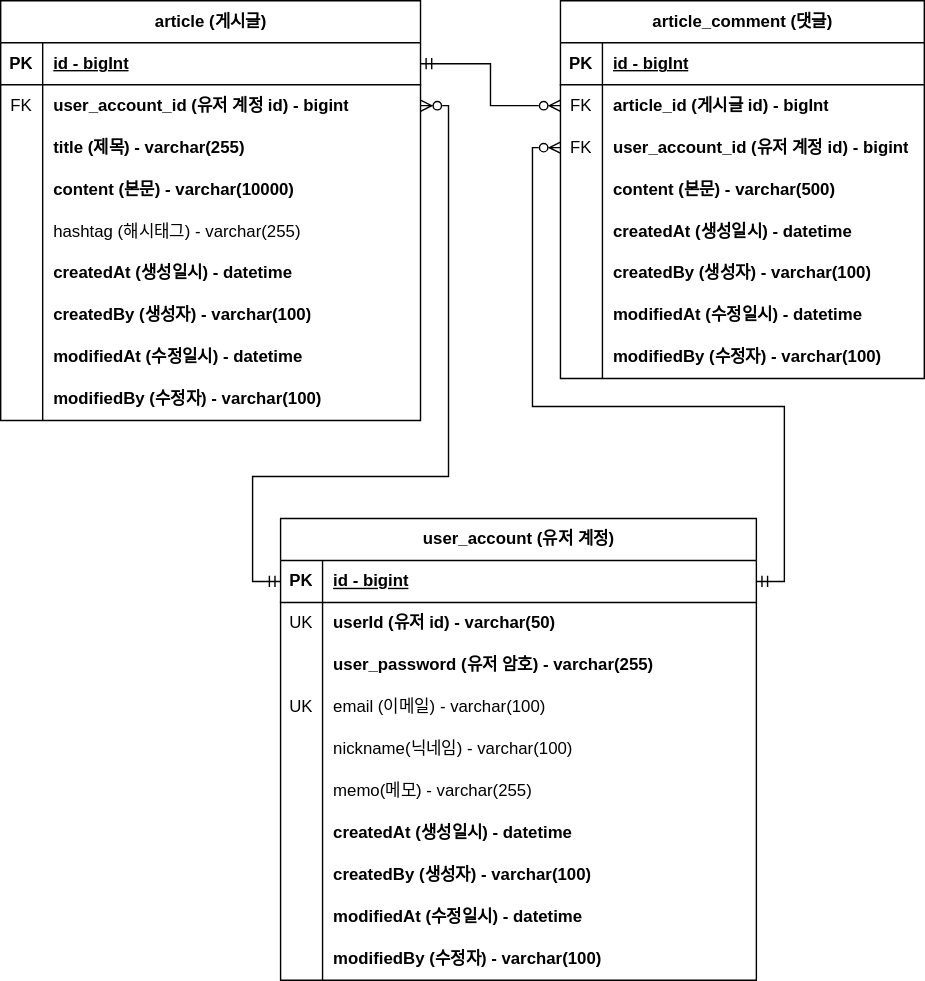
YooHyeok/fc-board keeps this draw.io diagram as document/project-board-erd.svg. Above is the earlier version. Source tidied: cells renumbered, new cells last; positions are measured from the earlier drawing's top-left corner, leaving out a move shared by most shapes.
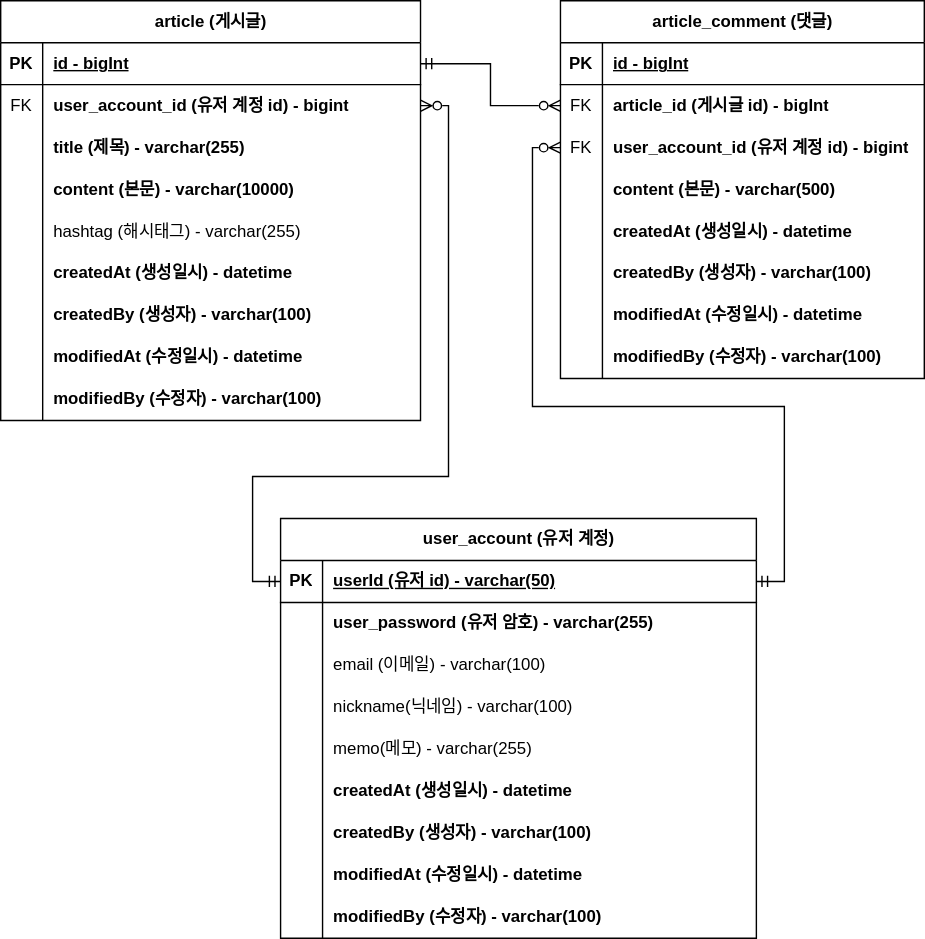
Later version of the same file.

Commit message:
#42 - ERD 문서 수정: 회원 계정 user_id 를 PK 로 변경

The edit, as a diff of the source:
```diff
@@ -165,7 +165,7 @@
       <mxGeometry relative="1" as="geometry" />
     </mxCell>
     <mxCell id="56" value="user_account (유저 계정)" style="shape=table;startSize=30;rowLines=0;fontStyle=1;align=center;html=1;" parent="1" vertex="1">
-      <mxGeometry x="200" y="370" width="340" height="330" as="geometry" />
+      <mxGeometry x="200" y="370" width="340" height="300" as="geometry" />
     </mxCell>
     <mxCell id="57" style="shape=tableRow;horizontal=0;startSize=0;swimlaneHead=0;swimlaneBody=0;fillColor=none;points=[[0,0.5],[1,0.5]];portConstraint=eastwest;top=0;left=0;right=0;bottom=1;" parent="56" vertex="1">
       <mxGeometry y="30" width="340" height="30" as="geometry" />
@@ -173,20 +173,11 @@
     <mxCell id="58" value="PK" style="shape=partialRectangle;fillColor=none;top=0;left=0;bottom=0;right=0;fontStyle=1;overflow=hidden;whiteSpace=wrap;html=1;" parent="57" vertex="1">
       <mxGeometry width="30" height="30" as="geometry" />
     </mxCell>
-    <mxCell id="59" value="id - bigint" style="shape=partialRectangle;fillColor=none;top=0;left=0;bottom=0;right=0;align=left;spacingLeft=6;fontStyle=5;overflow=hidden;whiteSpace=wrap;html=1;" parent="57" vertex="1">
+    <mxCell id="59" value="userId (유저 id) - varchar(50)" style="shape=partialRectangle;fillColor=none;top=0;left=0;bottom=0;right=0;align=left;spacingLeft=6;fontStyle=5;overflow=hidden;whiteSpace=wrap;html=1;" parent="57" vertex="1">
       <mxGeometry x="30" width="310" height="30" as="geometry" />
     </mxCell>
-    <mxCell id="60" style="shape=tableRow;horizontal=0;startSize=0;swimlaneHead=0;swimlaneBody=0;fillColor=none;top=0;left=0;right=0;bottom=0;" parent="56" vertex="1">
-      <mxGeometry y="60" width="340" height="30" as="geometry" />
-    </mxCell>
-    <mxCell id="61" value="UK" style="shape=partialRectangle;fillColor=none;top=0;left=0;bottom=0;right=0;overflow=hidden;whiteSpace=wrap;html=1;" parent="60" vertex="1">
-      <mxGeometry width="30" height="30" as="geometry" />
-    </mxCell>
-    <mxCell id="62" value="userId (유저 id) - varchar(50)" style="shape=partialRectangle;fillColor=none;top=0;left=0;bottom=0;right=0;align=left;spacingLeft=6;overflow=hidden;whiteSpace=wrap;html=1;fontStyle=1;" parent="60" vertex="1">
-      <mxGeometry x="30" width="310" height="30" as="geometry" />
-    </mxCell>
     <mxCell id="63" style="shape=tableRow;horizontal=0;startSize=0;swimlaneHead=0;swimlaneBody=0;fillColor=none;top=0;left=0;right=0;bottom=0;" parent="56" vertex="1">
-      <mxGeometry y="90" width="340" height="30" as="geometry" />
+      <mxGeometry y="60" width="340" height="30" as="geometry" />
     </mxCell>
     <mxCell id="64" style="shape=partialRectangle;fillColor=none;top=0;left=0;bottom=0;right=0;overflow=hidden;whiteSpace=wrap;html=1;" parent="63" vertex="1">
       <mxGeometry width="30" height="30" as="geometry" />
@@ -195,16 +186,16 @@
       <mxGeometry x="30" width="310" height="30" as="geometry" />
     </mxCell>
     <mxCell id="66" style="shape=tableRow;horizontal=0;startSize=0;swimlaneHead=0;swimlaneBody=0;fillColor=none;top=0;left=0;right=0;bottom=0;" parent="56" vertex="1">
-      <mxGeometry y="120" width="340" height="30" as="geometry" />
+      <mxGeometry y="90" width="340" height="30" as="geometry" />
     </mxCell>
-    <mxCell id="67" value="UK" style="shape=partialRectangle;fillColor=none;top=0;left=0;bottom=0;right=0;overflow=hidden;whiteSpace=wrap;html=1;" parent="66" vertex="1">
+    <mxCell id="67" style="shape=partialRectangle;fillColor=none;top=0;left=0;bottom=0;right=0;overflow=hidden;whiteSpace=wrap;html=1;" parent="66" vertex="1">
       <mxGeometry width="30" height="30" as="geometry" />
     </mxCell>
     <mxCell id="68" value="email (이메일) - varchar(100)" style="shape=partialRectangle;fillColor=none;top=0;left=0;bottom=0;right=0;align=left;spacingLeft=6;overflow=hidden;whiteSpace=wrap;html=1;" parent="66" vertex="1">
       <mxGeometry x="30" width="310" height="30" as="geometry" />
     </mxCell>
     <mxCell id="69" style="shape=tableRow;horizontal=0;startSize=0;swimlaneHead=0;swimlaneBody=0;fillColor=none;top=0;left=0;right=0;bottom=0;" parent="56" vertex="1">
-      <mxGeometry y="150" width="340" height="30" as="geometry" />
+      <mxGeometry y="120" width="340" height="30" as="geometry" />
     </mxCell>
     <mxCell id="70" style="shape=partialRectangle;fillColor=none;top=0;left=0;bottom=0;right=0;overflow=hidden;whiteSpace=wrap;html=1;" parent="69" vertex="1">
       <mxGeometry width="30" height="30" as="geometry" />
@@ -213,7 +204,7 @@
       <mxGeometry x="30" width="310" height="30" as="geometry" />
     </mxCell>
     <mxCell id="72" style="shape=tableRow;horizontal=0;startSize=0;swimlaneHead=0;swimlaneBody=0;fillColor=none;top=0;left=0;right=0;bottom=0;" parent="56" vertex="1">
-      <mxGeometry y="180" width="340" height="30" as="geometry" />
+      <mxGeometry y="150" width="340" height="30" as="geometry" />
     </mxCell>
     <mxCell id="73" style="shape=partialRectangle;fillColor=none;top=0;left=0;bottom=0;right=0;overflow=hidden;whiteSpace=wrap;html=1;" parent="72" vertex="1">
       <mxGeometry width="30" height="30" as="geometry" />
@@ -222,7 +213,7 @@
       <mxGeometry x="30" width="310" height="30" as="geometry" />
     </mxCell>
     <mxCell id="75" style="shape=tableRow;horizontal=0;startSize=0;swimlaneHead=0;swimlaneBody=0;fillColor=none;top=0;left=0;right=0;bottom=0;" parent="56" vertex="1">
-      <mxGeometry y="210" width="340" height="30" as="geometry" />
+      <mxGeometry y="180" width="340" height="30" as="geometry" />
     </mxCell>
     <mxCell id="76" style="shape=partialRectangle;fillColor=none;top=0;left=0;bottom=0;right=0;overflow=hidden;whiteSpace=wrap;html=1;" parent="75" vertex="1">
       <mxGeometry width="30" height="30" as="geometry" />
@@ -231,7 +222,7 @@
       <mxGeometry x="30" width="310" height="30" as="geometry" />
     </mxCell>
     <mxCell id="78" style="shape=tableRow;horizontal=0;startSize=0;swimlaneHead=0;swimlaneBody=0;fillColor=none;top=0;left=0;right=0;bottom=0;" parent="56" vertex="1">
-      <mxGeometry y="240" width="340" height="30" as="geometry" />
+      <mxGeometry y="210" width="340" height="30" as="geometry" />
     </mxCell>
     <mxCell id="79" style="shape=partialRectangle;fillColor=none;top=0;left=0;bottom=0;right=0;overflow=hidden;whiteSpace=wrap;html=1;" parent="78" vertex="1">
       <mxGeometry width="30" height="30" as="geometry" />
@@ -240,7 +231,7 @@
       <mxGeometry x="30" width="310" height="30" as="geometry" />
     </mxCell>
     <mxCell id="81" style="shape=tableRow;horizontal=0;startSize=0;swimlaneHead=0;swimlaneBody=0;fillColor=none;top=0;left=0;right=0;bottom=0;" parent="56" vertex="1">
-      <mxGeometry y="270" width="340" height="30" as="geometry" />
+      <mxGeometry y="240" width="340" height="30" as="geometry" />
     </mxCell>
     <mxCell id="82" style="shape=partialRectangle;fillColor=none;top=0;left=0;bottom=0;right=0;overflow=hidden;whiteSpace=wrap;html=1;" parent="81" vertex="1">
       <mxGeometry width="30" height="30" as="geometry" />
@@ -249,7 +240,7 @@
       <mxGeometry x="30" width="310" height="30" as="geometry" />
     </mxCell>
     <mxCell id="84" style="shape=tableRow;horizontal=0;startSize=0;swimlaneHead=0;swimlaneBody=0;fillColor=none;top=0;left=0;right=0;bottom=0;" parent="56" vertex="1">
-      <mxGeometry y="300" width="340" height="30" as="geometry" />
+      <mxGeometry y="270" width="340" height="30" as="geometry" />
     </mxCell>
     <mxCell id="85" style="shape=partialRectangle;fillColor=none;top=0;left=0;bottom=0;right=0;overflow=hidden;whiteSpace=wrap;html=1;" parent="84" vertex="1">
       <mxGeometry width="30" height="30" as="geometry" />
```
